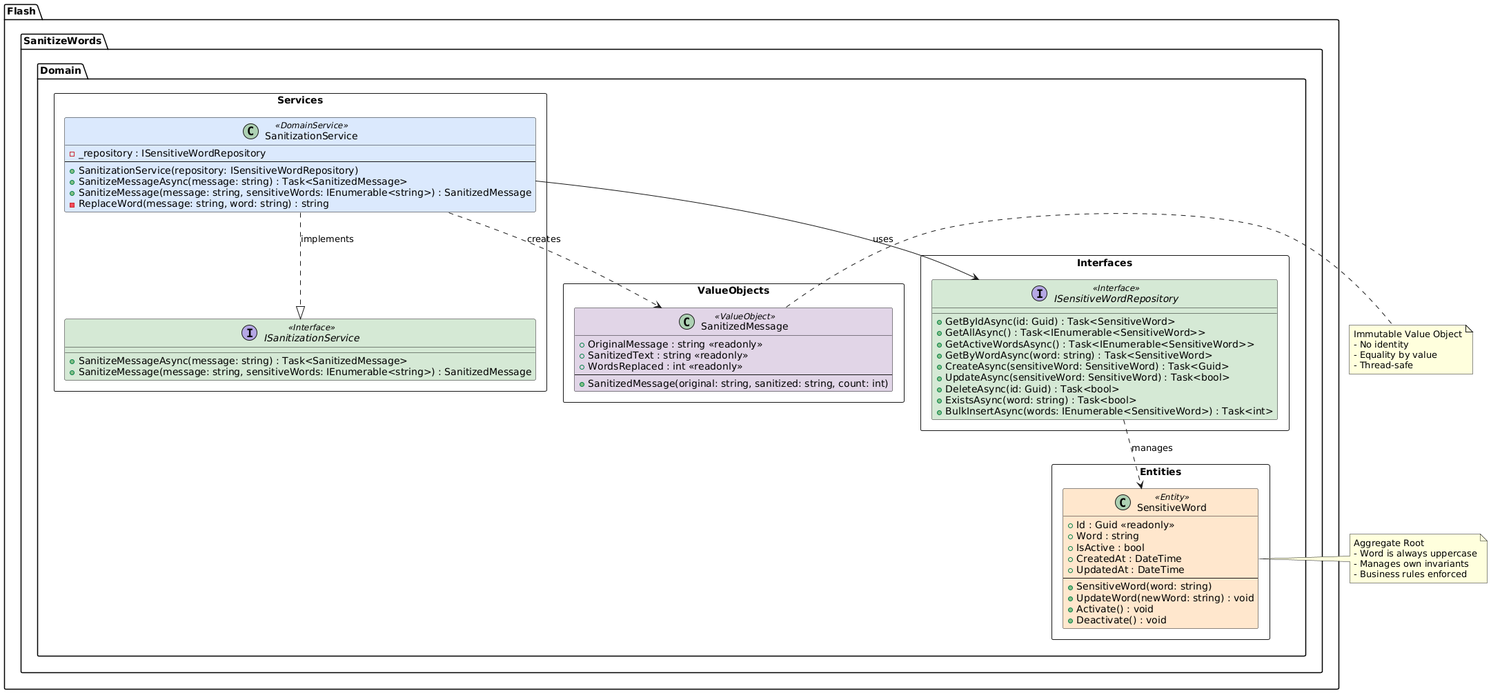
The PlantUML diagram Documentation/UMLDiagrams/1. Class Diagram - Domain Layer.png in Auratius/flash-sensitivewords, before a commit. The source it was exported from:
```plantuml
@startuml
!define ENTITY_COLOR #FFE6CC
!define VALUEOBJECT_COLOR #E1D5E7
!define SERVICE_COLOR #DAE8FC
!define INTERFACE_COLOR #D5E8D4

package "Flash.SanitizeWords.Domain" {

  package "Entities" <<Rectangle>> {
    class SensitiveWord <<Entity>> ENTITY_COLOR {
      + Id : Guid <<readonly>>
      + Word : string
      + IsActive : bool
      + CreatedAt : DateTime
      + UpdatedAt : DateTime
      --
      + SensitiveWord(word: string)
      + UpdateWord(newWord: string) : void
      + Activate() : void
      + Deactivate() : void
    }
  }

  package "ValueObjects" <<Rectangle>> {
    class SanitizedMessage <<ValueObject>> VALUEOBJECT_COLOR {
      + OriginalMessage : string <<readonly>>
      + SanitizedText : string <<readonly>>
      + WordsReplaced : int <<readonly>>
      --
      + SanitizedMessage(original: string, sanitized: string, count: int)
    }
  }

  package "Interfaces" <<Rectangle>> {
    interface ISensitiveWordRepository <<Interface>> INTERFACE_COLOR {
      + GetByIdAsync(id: Guid) : Task<SensitiveWord>
      + GetAllAsync() : Task<IEnumerable<SensitiveWord>>
      + GetActiveWordsAsync() : Task<IEnumerable<SensitiveWord>>
      + GetByWordAsync(word: string) : Task<SensitiveWord>
      + CreateAsync(sensitiveWord: SensitiveWord) : Task<Guid>
      + UpdateAsync(sensitiveWord: SensitiveWord) : Task<bool>
      + DeleteAsync(id: Guid) : Task<bool>
      + ExistsAsync(word: string) : Task<bool>
      + BulkInsertAsync(words: IEnumerable<SensitiveWord>) : Task<int>
    }
  }

  package "Services" <<Rectangle>> {
    interface ISanitizationService <<Interface>> INTERFACE_COLOR {
      + SanitizeMessageAsync(message: string) : Task<SanitizedMessage>
      + SanitizeMessage(message: string, sensitiveWords: IEnumerable<string>) : SanitizedMessage
    }

    class SanitizationService <<DomainService>> SERVICE_COLOR {
      - _repository : ISensitiveWordRepository
      --
      + SanitizationService(repository: ISensitiveWordRepository)
      + SanitizeMessageAsync(message: string) : Task<SanitizedMessage>
      + SanitizeMessage(message: string, sensitiveWords: IEnumerable<string>) : SanitizedMessage
      - ReplaceWord(message: string, word: string) : string
    }
  }
}

SanitizationService ..|> ISanitizationService : implements
SanitizationService --> ISensitiveWordRepository : uses
SanitizationService ..> SanitizedMessage : creates
ISensitiveWordRepository ..> SensitiveWord : manages

note right of SensitiveWord
  Aggregate Root
  - Word is always uppercase
  - Manages own invariants
  - Business rules enforced
end note

note right of SanitizedMessage
  Immutable Value Object
  - No identity
  - Equality by value
  - Thread-safe
end note
@enduml
```
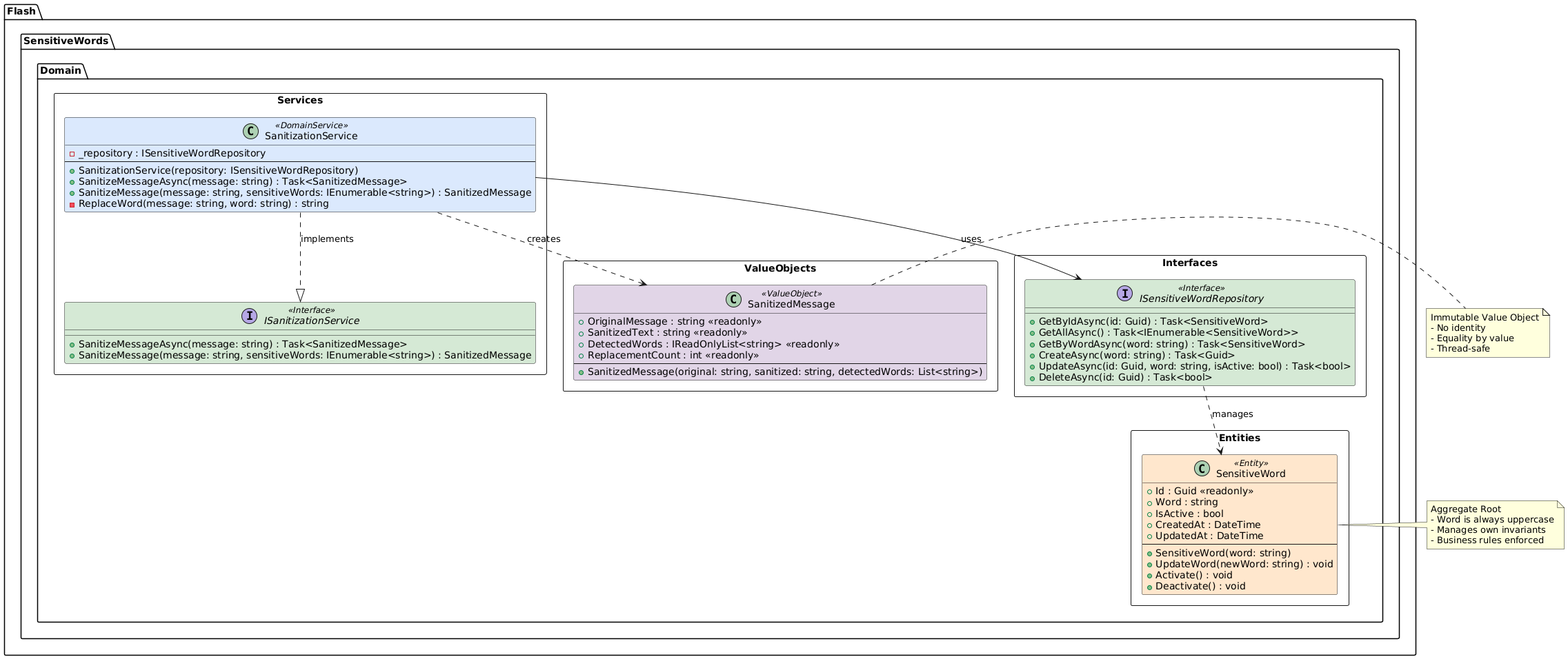
Later version of the same file.

Commit message:
UML Diagrams Complete submission

Change to the diagram source:
```diff
@@ -4,7 +4,7 @@
 !define SERVICE_COLOR #DAE8FC
 !define INTERFACE_COLOR #D5E8D4
 
-package "Flash.SanitizeWords.Domain" {
+package "Flash.SensitiveWords.Domain" {
 
   package "Entities" <<Rectangle>> {
     class SensitiveWord <<Entity>> ENTITY_COLOR {
@@ -25,9 +25,10 @@
     class SanitizedMessage <<ValueObject>> VALUEOBJECT_COLOR {
       + OriginalMessage : string <<readonly>>
       + SanitizedText : string <<readonly>>
-      + WordsReplaced : int <<readonly>>
+      + DetectedWords : IReadOnlyList<string> <<readonly>>
+      + ReplacementCount : int <<readonly>>
       --
-      + SanitizedMessage(original: string, sanitized: string, count: int)
+      + SanitizedMessage(original: string, sanitized: string, detectedWords: List<string>)
     }
   }
 
@@ -35,13 +36,10 @@
     interface ISensitiveWordRepository <<Interface>> INTERFACE_COLOR {
       + GetByIdAsync(id: Guid) : Task<SensitiveWord>
       + GetAllAsync() : Task<IEnumerable<SensitiveWord>>
-      + GetActiveWordsAsync() : Task<IEnumerable<SensitiveWord>>
       + GetByWordAsync(word: string) : Task<SensitiveWord>
-      + CreateAsync(sensitiveWord: SensitiveWord) : Task<Guid>
-      + UpdateAsync(sensitiveWord: SensitiveWord) : Task<bool>
+      + CreateAsync(word: string) : Task<Guid>
+      + UpdateAsync(id: Guid, word: string, isActive: bool) : Task<bool>
       + DeleteAsync(id: Guid) : Task<bool>
-      + ExistsAsync(word: string) : Task<bool>
-      + BulkInsertAsync(words: IEnumerable<SensitiveWord>) : Task<int>
     }
   }
 
```
